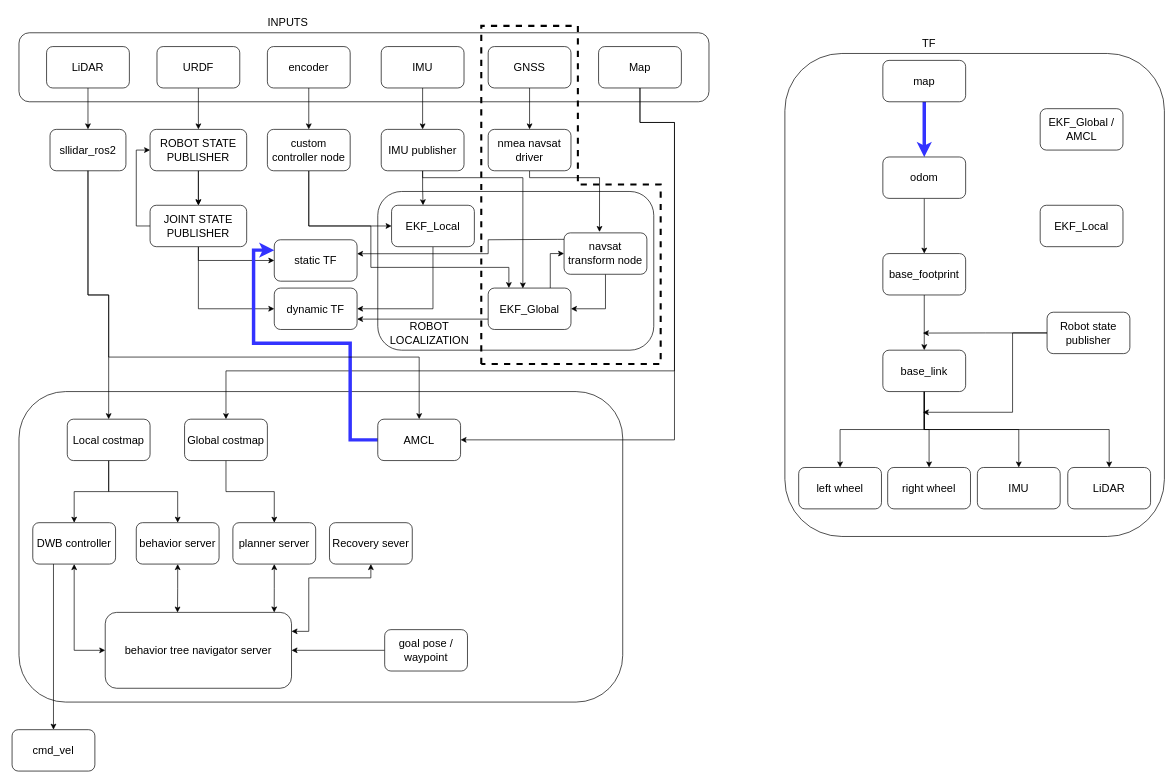
Above: navigation.drawio in adands/eddiebot_ros2-backup (draw.io), before the change. Source tidied: cells renumbered, new cells numbered last; positions are measured from the earlier drawing's top-left corner, leaving out a move shared by most shapes. Both pictures are drawn from the tidied source at 69%, with x=0, y=0 at pixel (12, 12).
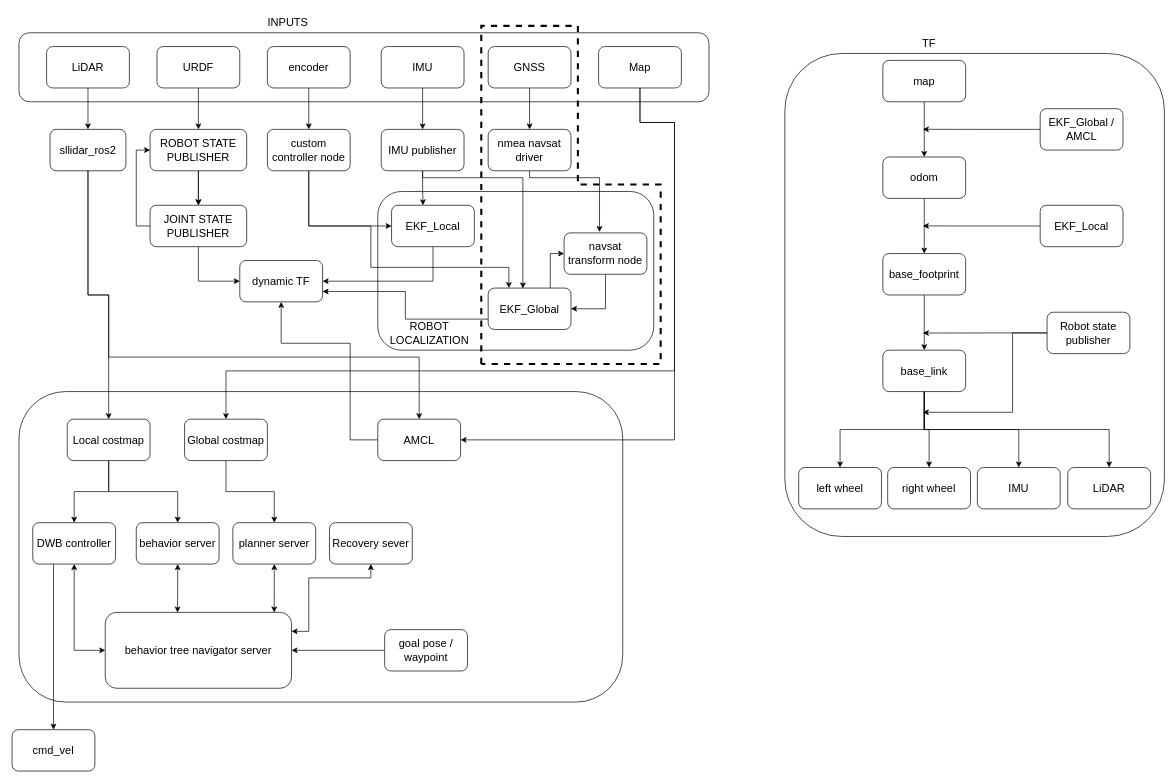
After the change.

Unchanged cells that the change refers to:
```xml
<mxCell id="30" value="JOINT STATE PUBLISHER" style="whiteSpace=wrap;html=1;rounded=1;fontSize=16;" parent="1" vertex="1">
  <mxGeometry x="200" y="280" width="140" height="60" as="geometry" />
</mxCell>
<mxCell id="37" value="navsat transform node" style="rounded=1;whiteSpace=wrap;html=1;fontSize=16;" parent="1" vertex="1">
  <mxGeometry x="800" y="320" width="120" height="60" as="geometry" />
</mxCell>
<mxCell id="45" value="map" style="rounded=1;whiteSpace=wrap;html=1;fontSize=16;" parent="1" vertex="1">
  <mxGeometry x="1262" y="70" width="120" height="60" as="geometry" />
</mxCell>
<mxCell id="47" value="odom" style="whiteSpace=wrap;html=1;rounded=1;fontSize=16;" parent="1" vertex="1">
  <mxGeometry x="1262" y="210" width="120" height="60" as="geometry" />
</mxCell>
<mxCell id="84" value="AMCL" style="rounded=1;whiteSpace=wrap;html=1;fontSize=16;" parent="1" vertex="1">
  <mxGeometry x="530" y="590" width="120" height="60" as="geometry" />
</mxCell>
<mxCell id="87" value="EKF_Global /&lt;div&gt;AMCL&lt;/div&gt;" style="rounded=1;whiteSpace=wrap;html=1;fontSize=16;" parent="1" vertex="1">
  <mxGeometry x="1490" y="140" width="120" height="60" as="geometry" />
</mxCell>
<mxCell id="88" value="EKF_Local" style="rounded=1;whiteSpace=wrap;html=1;fontSize=16;" parent="1" vertex="1">
  <mxGeometry x="1490" y="280" width="120" height="60" as="geometry" />
</mxCell>
```

The edit, as a diff of the source:
```diff
@@
-    <mxCell id="28" style="edgeStyle=orthogonalEdgeStyle;rounded=0;jettySize=auto;html=1;exitX=0.5;exitY=1;exitDx=0;exitDy=0;entryX=0;entryY=0.5;entryDx=0;entryDy=0;fontSize=16;" parent="1" edge="1" source="30" target="60">
-      <mxGeometry relative="1" as="geometry" />
-    </mxCell>
@@
-    <mxCell id="36" style="edgeStyle=orthogonalEdgeStyle;rounded=0;jettySize=auto;html=1;exitX=0.019;exitY=0.156;exitDx=0;exitDy=0;entryX=1;entryY=0.337;entryDx=0;entryDy=0;entryPerimeter=0;exitPerimeter=0;fontSize=16;" parent="1" edge="1" source="37" target="60">
-      <mxGeometry relative="1" as="geometry">
-        <Array as="points">
-          <mxPoint x="791" y="329" />
-          <mxPoint x="690" y="330" />
-          <mxPoint x="690" y="350" />
-        </Array>
-      </mxGeometry>
-    </mxCell>
@@
-    <mxCell id="44" style="edgeStyle=orthogonalEdgeStyle;rounded=0;jettySize=auto;html=1;fontSize=16;fillColor=#f8cecc;strokeColor=#3333FF;strokeWidth=5;" parent="1" edge="1" source="45" target="47">
+    <mxCell id="44" style="edgeStyle=orthogonalEdgeStyle;rounded=0;jettySize=auto;html=1;fontSize=16;fillColor=#f8cecc;strokeColor=default;strokeWidth=1;" parent="1" edge="1" source="45" target="47">
       <mxGeometry relative="1" as="geometry" />
     </mxCell>
@@
     <mxCell id="59" value="dynamic TF" style="rounded=1;whiteSpace=wrap;html=1;fontSize=16;" parent="1" vertex="1">
-      <mxGeometry x="380" y="400" width="120" height="60" as="geometry" />
+      <mxGeometry x="330" y="360" width="120" height="60" as="geometry" />
     </mxCell>
-    <mxCell id="60" value="static TF" style="rounded=1;whiteSpace=wrap;html=1;fontSize=16;" parent="1" vertex="1">
-      <mxGeometry x="380" y="330" width="120" height="60" as="geometry" />
-    </mxCell>
@@
-    <mxCell id="83" style="edgeStyle=orthogonalEdgeStyle;rounded=0;jettySize=auto;html=1;exitX=0;exitY=0.5;exitDx=0;exitDy=0;entryX=0;entryY=0.25;entryDx=0;entryDy=0;strokeColor=light-dark(#3333ff, #ededed);strokeWidth=5;" parent="1" edge="1" source="84" target="60">
+    <mxCell id="83" style="edgeStyle=orthogonalEdgeStyle;rounded=0;jettySize=auto;html=1;exitX=0;exitY=0.5;exitDx=0;exitDy=0;entryX=0.5;entryY=1;entryDx=0;entryDy=0;strokeColor=default;strokeWidth=1;" parent="1" edge="1" source="84" target="59">
       <mxGeometry relative="1" as="geometry">
         <Array as="points">
           <mxPoint x="490" y="620" />
           <mxPoint x="490" y="480" />
-          <mxPoint x="350" y="480" />
-          <mxPoint x="350" y="345" />
+          <mxPoint x="390" y="480" />
         </Array>
       </mxGeometry>
     </mxCell>
@@
+    <mxCell id="92" style="edgeStyle=orthogonalEdgeStyle;rounded=0;jettySize=auto;html=1;exitX=0;exitY=0.5;exitDx=0;exitDy=0;" parent="1" edge="1" source="87">
+      <mxGeometry relative="1" as="geometry">
+        <mxPoint x="1320" y="169.9" as="targetPoint" />
+      </mxGeometry>
+    </mxCell>
@@
+    <mxCell id="93" style="edgeStyle=orthogonalEdgeStyle;rounded=0;jettySize=auto;html=1;exitX=0;exitY=0.5;exitDx=0;exitDy=0;" parent="1" edge="1" source="88">
+      <mxGeometry relative="1" as="geometry">
+        <mxPoint x="1320" y="309.9" as="targetPoint" />
+      </mxGeometry>
+    </mxCell>
```
